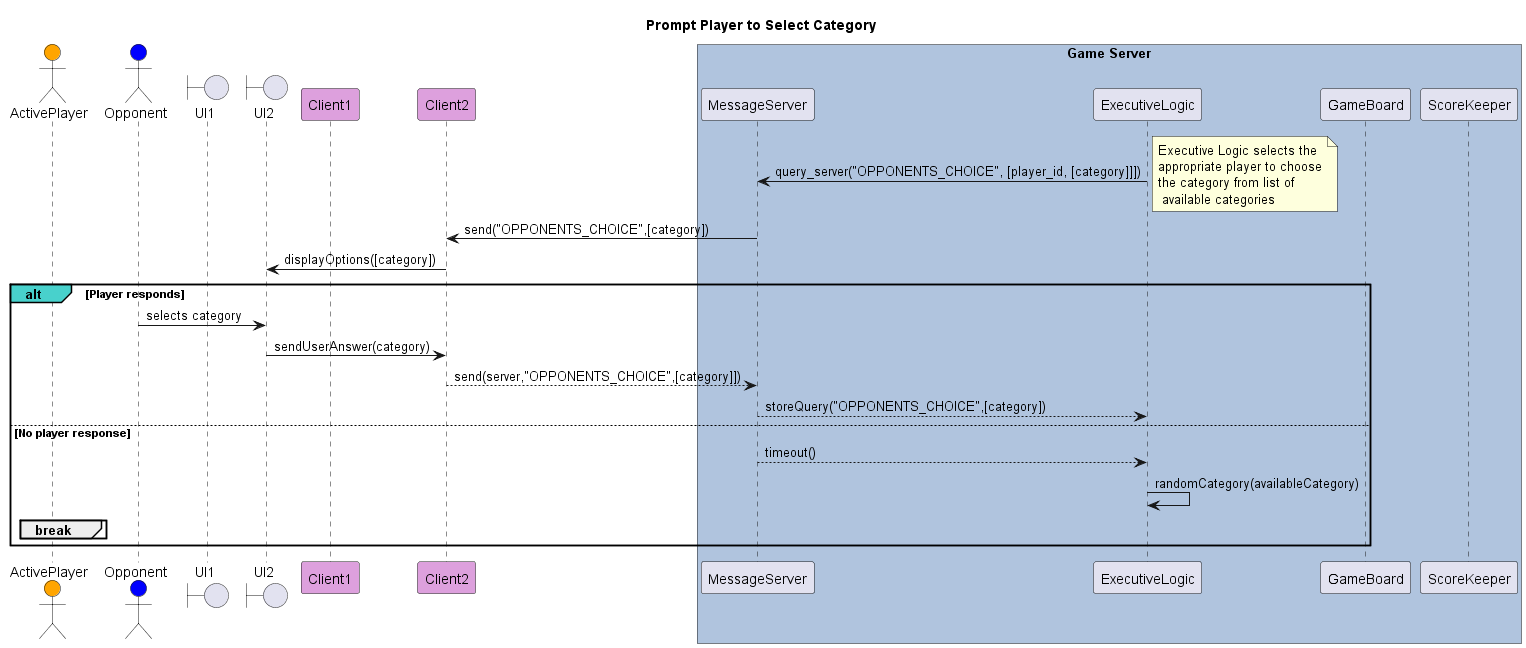
poszy/def_spinit_project keeps this PlantUML diagram as out/diagrams/seq-diagram-Player-select-category/Prompt Player to Select Category.png. Above is the earlier version.
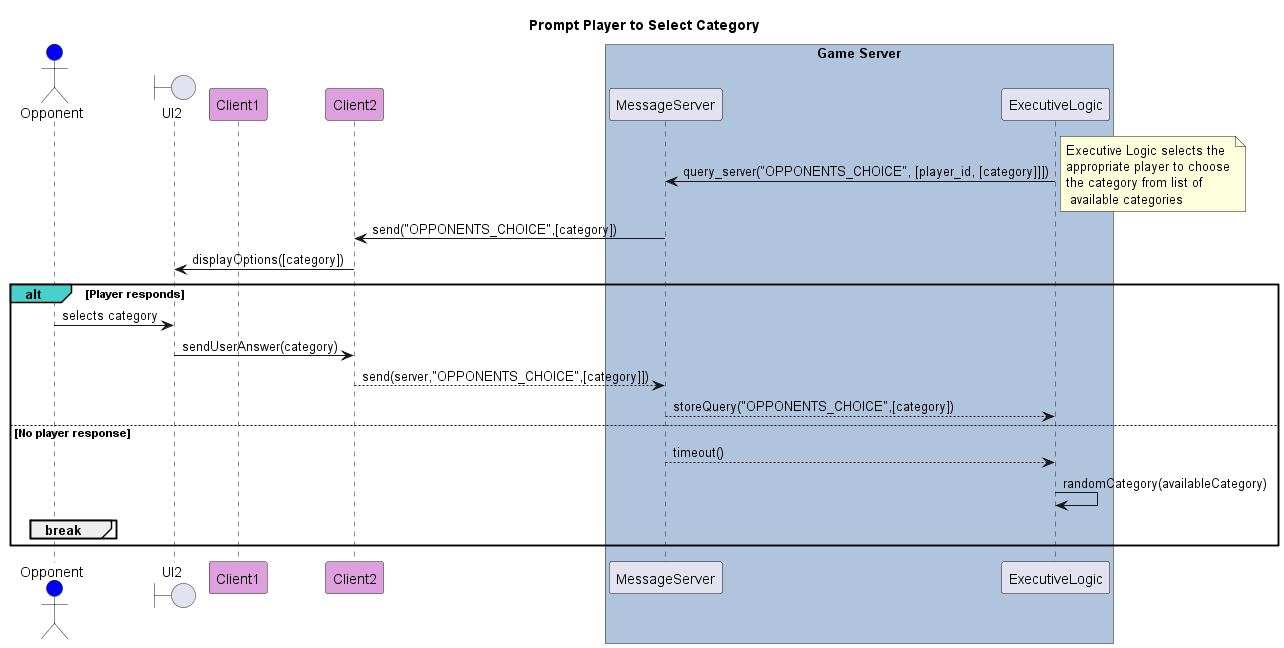
The same diagram one commit later.

Commit message:
remove active player, scorekeeper+ gameboard rom prompt player to select category

What changed in the source:
```diff
@@ -4,9 +4,7 @@
 skinparam sequenceReferenceBackgroundColor palegreen
 skinparam sequenceReferenceHeaderBackgroundColor  mediumseagreen
 
-actor ActivePlayer as Player1 #Orange
 actor Opponent as Player2 #blue
-boundary    UI1
 boundary    UI2
 
 participant Client1 #Plum
@@ -15,8 +13,7 @@
 box "Game Server" #LightSteelBlue
 participant MessageServer as Server
 participant ExecutiveLogic
-participant GameBoard
-participant ScoreKeeper
+
 end box
 
     Server <- ExecutiveLogic: query_server("OPPONENTS_CHOICE", [player_id, [category]]])
```
